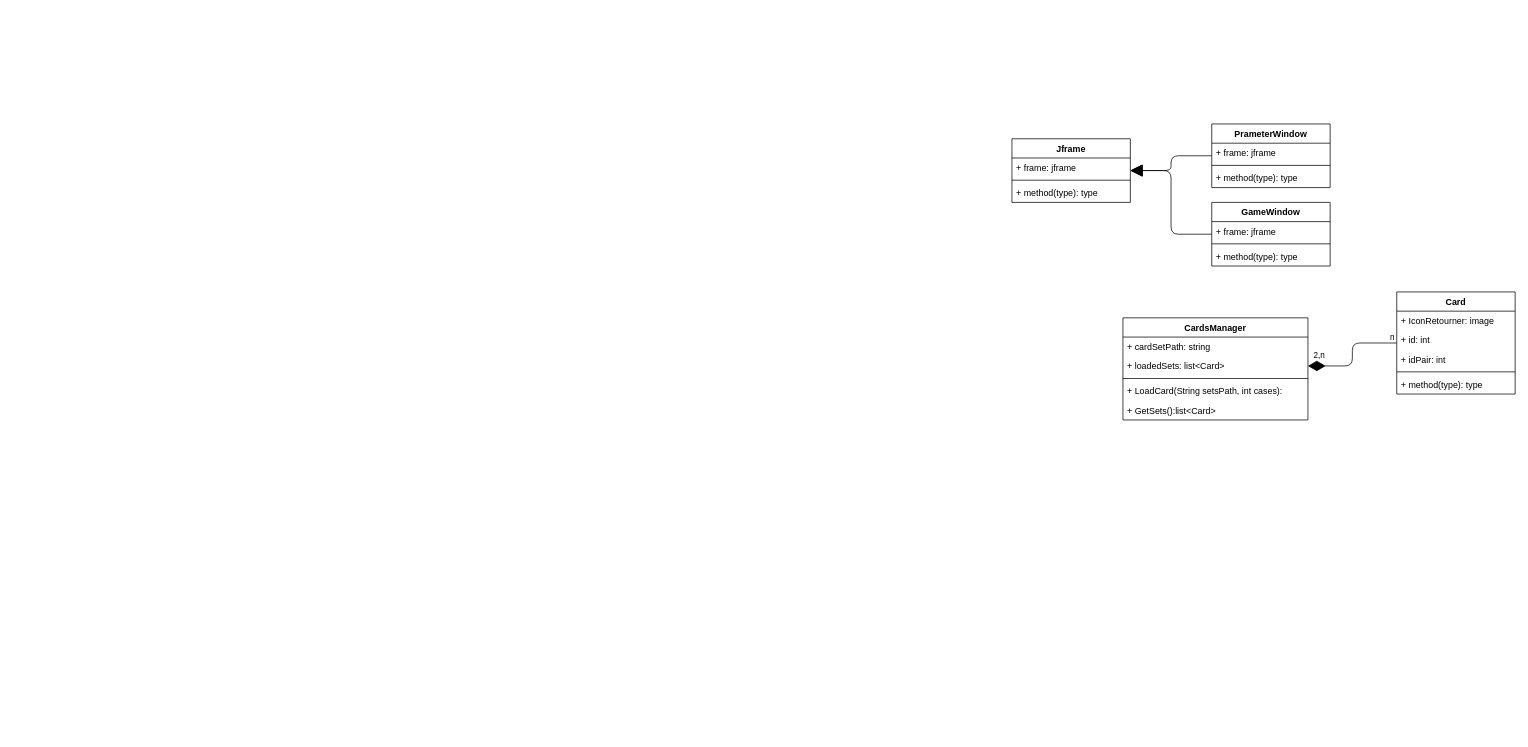
Above: Doc/UML/DiagrammeDeClass.drawio in FlorianSoler/Memory (draw.io), before the change. Source tidied: cells renumbered, new cells numbered last; positions are measured from the earlier drawing's top-left corner, leaving out a move shared by most shapes. Both pictures are drawn from the tidied source at 74%, with x=0, y=0 at pixel (1012, 124).
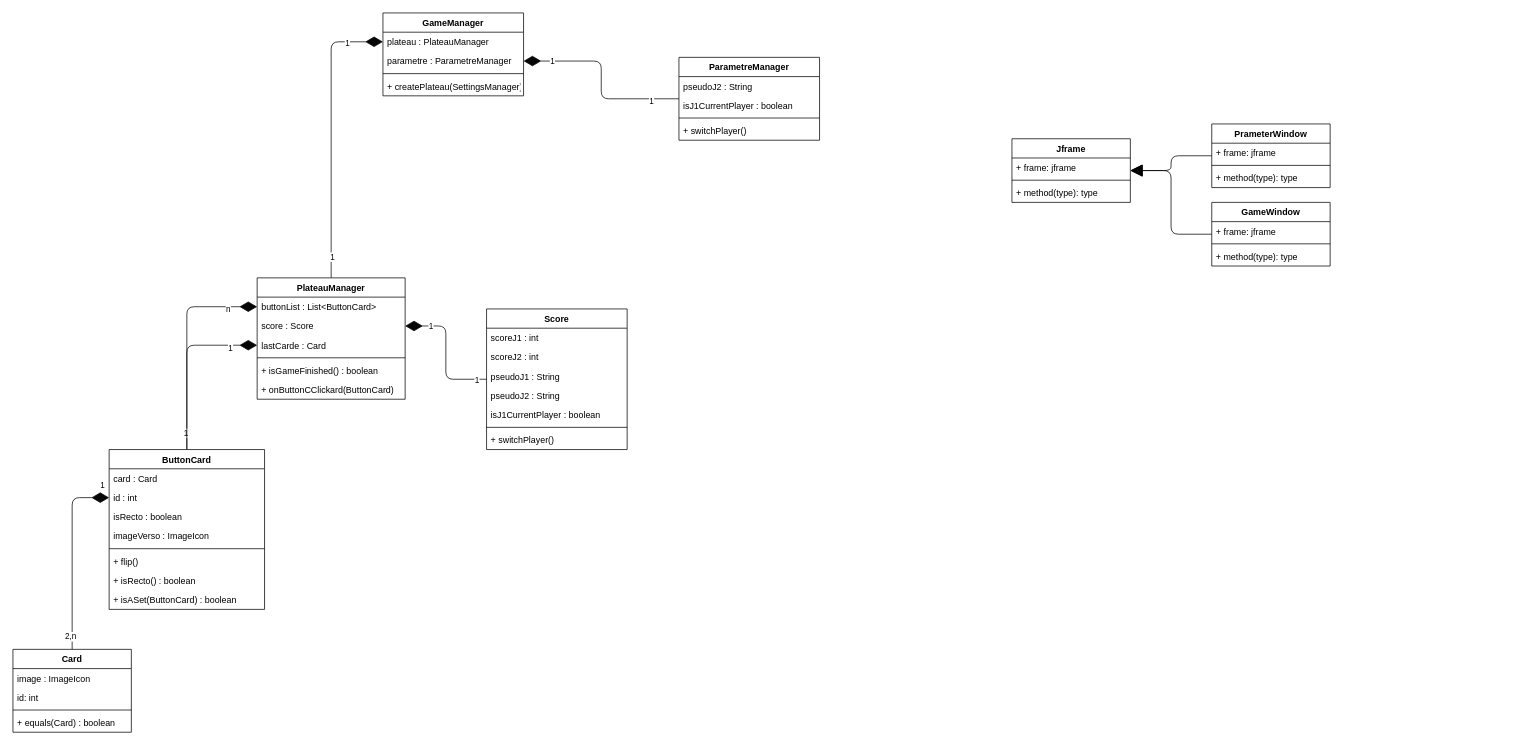
The same page after the edit.

Commit message:
feat(doc):diagrame class plateau pas graphique

The edit, as a diff of the source:
```diff
@@
-    <mxCell id="2" style="edgeStyle=orthogonalEdgeStyle;html=1;endArrow=diamondThin;endFill=1;endSize=21;startSize=11;jumpSize=7;strokeWidth=1;targetPerimeterSpacing=0;sourcePerimeterSpacing=0;" parent="1" edge="1" source="5" target="27">
+    <mxCell id="2" style="edgeStyle=orthogonalEdgeStyle;html=1;endArrow=diamondThin;endFill=1;endSize=21;startSize=11;jumpSize=7;strokeWidth=1;targetPerimeterSpacing=0;sourcePerimeterSpacing=0;strokeColor=#050505;exitX=0.5;exitY=0;exitDx=0;exitDy=0;" parent="1" edge="1" source="5" target="27">
       <mxGeometry relative="1" as="geometry" />
     </mxCell>
-    <mxCell id="3" value="2,n" style="edgeLabel;html=1;align=center;verticalAlign=middle;" parent="2" vertex="1">
+    <mxCell id="3" value="1" style="edgeLabel;html=1;align=center;verticalAlign=middle;" parent="2" vertex="1">
       <mxGeometry x="0.88" y="1" relative="1" as="geometry">
         <mxPoint x="5" y="-16" as="offset" />
       </mxGeometry>
     </mxCell>
-    <mxCell id="4" value="n" style="edgeLabel;html=1;align=center;verticalAlign=middle;" parent="2" vertex="1">
+    <mxCell id="4" value="2,n" style="edgeLabel;html=1;align=center;verticalAlign=middle;" parent="2" vertex="1">
       <mxGeometry x="-0.91" relative="1" as="geometry">
-        <mxPoint y="-9" as="offset" />
+        <mxPoint x="-3" y="-7" as="offset" />
       </mxGeometry>
     </mxCell>
     <mxCell id="5" value="Card" style="swimlane;fontStyle=1;align=center;verticalAlign=top;horizontal=1;startSize=26;" parent="1" vertex="1">
-      <mxGeometry x="520" y="227" width="160" height="138" as="geometry" />
+      <mxGeometry x="-1350" y="710" width="160" height="112" as="geometry" />
     </mxCell>
-    <mxCell id="6" value="+ IconRetourner: image " style="text;strokeColor=none;fillColor=none;align=left;verticalAlign=top;spacingLeft=4;spacingRight=4;overflow=hidden;" parent="5" vertex="1">
+    <mxCell id="6" value="image : ImageIcon " style="text;strokeColor=none;fillColor=none;align=left;verticalAlign=top;spacingLeft=4;spacingRight=4;overflow=hidden;" parent="5" vertex="1">
       <mxGeometry y="26" width="160" height="26" as="geometry" />
     </mxCell>
-    <mxCell id="7" value="+ id: int " style="text;strokeColor=none;fillColor=none;align=left;verticalAlign=top;spacingLeft=4;spacingRight=4;overflow=hidden;" parent="5" vertex="1">
+    <mxCell id="7" value="id: int " style="text;strokeColor=none;fillColor=none;align=left;verticalAlign=top;spacingLeft=4;spacingRight=4;overflow=hidden;" parent="5" vertex="1">
       <mxGeometry y="52" width="160" height="26" as="geometry" />
     </mxCell>
-    <mxCell id="8" value="+ idPair: int " style="text;strokeColor=none;fillColor=none;align=left;verticalAlign=top;spacingLeft=4;spacingRight=4;overflow=hidden;" parent="5" vertex="1">
-      <mxGeometry y="78" width="160" height="26" as="geometry" />
-    </mxCell>
     <mxCell id="9" style="line;strokeWidth=1;fillColor=none;align=left;verticalAlign=middle;spacingTop=-1;spacingLeft=3;spacingRight=3;labelPosition=right;strokeColor=inherit;" parent="5" vertex="1">
-      <mxGeometry y="104" width="160" height="8" as="geometry" />
+      <mxGeometry y="78" width="160" height="8" as="geometry" />
     </mxCell>
-    <mxCell id="10" value="+ method(type): type" style="text;strokeColor=none;fillColor=none;align=left;verticalAlign=top;spacingLeft=4;spacingRight=4;overflow=hidden;" parent="5" vertex="1">
-      <mxGeometry y="112" width="160" height="26" as="geometry" />
+    <mxCell id="10" value="+ equals(Card) : boolean" style="text;strokeColor=none;fillColor=none;align=left;verticalAlign=top;spacingLeft=4;spacingRight=4;overflow=hidden;" parent="5" vertex="1">
+      <mxGeometry y="86" width="160" height="26" as="geometry" />
     </mxCell>
@@
+    <mxCell id="31" style="edgeStyle=orthogonalEdgeStyle;html=1;entryX=0;entryY=0.5;entryDx=0;entryDy=0;strokeColor=#050505;endArrow=diamondThin;endFill=1;endSize=21;" parent="1" edge="1" source="25" target="43">
+      <mxGeometry relative="1" as="geometry" />
+    </mxCell>
+    <mxCell id="32" value="n" style="edgeLabel;html=1;align=center;verticalAlign=middle;" parent="31" vertex="1">
+      <mxGeometry x="0.61" y="2" relative="1" as="geometry">
+        <mxPoint x="16" y="5" as="offset" />
+      </mxGeometry>
+    </mxCell>
+    <mxCell id="33" value="1" style="edgeLabel;html=1;align=center;verticalAlign=middle;" parent="31" vertex="1">
+      <mxGeometry x="-0.84" y="2" relative="1" as="geometry" />
+    </mxCell>
+    <mxCell id="34" style="edgeStyle=orthogonalEdgeStyle;html=1;entryX=0;entryY=0.5;entryDx=0;entryDy=0;strokeColor=#050505;endArrow=diamondThin;endFill=1;endSize=21;" parent="1" edge="1" source="25" target="45">
+      <mxGeometry relative="1" as="geometry" />
+    </mxCell>
+    <mxCell id="35" value="1" style="edgeLabel;html=1;align=center;verticalAlign=middle;" parent="34" vertex="1">
+      <mxGeometry x="0.69" y="-3" relative="1" as="geometry" />
+    </mxCell>
-    <mxCell id="25" value="CardsManager" style="swimlane;fontStyle=1;align=center;verticalAlign=top;horizontal=1;startSize=26;" parent="1" vertex="1">
-      <mxGeometry x="150" y="262" width="250" height="138" as="geometry" />
+    <mxCell id="25" value="ButtonCard" style="swimlane;fontStyle=1;align=center;verticalAlign=top;horizontal=1;startSize=26;" parent="1" vertex="1">
+      <mxGeometry x="-1220" y="440" width="210" height="216" as="geometry" />
     </mxCell>
-    <mxCell id="26" value="+ cardSetPath: string " style="text;strokeColor=none;fillColor=none;align=left;verticalAlign=top;spacingLeft=4;spacingRight=4;overflow=hidden;" parent="25" vertex="1">
-      <mxGeometry y="26" width="250" height="26" as="geometry" />
+    <mxCell id="26" value="card : Card" style="text;strokeColor=none;fillColor=none;align=left;verticalAlign=top;spacingLeft=4;spacingRight=4;overflow=hidden;" parent="25" vertex="1">
+      <mxGeometry y="26" width="210" height="26" as="geometry" />
     </mxCell>
-    <mxCell id="27" value="+ loadedSets: list&lt;Card&gt;" style="text;strokeColor=none;fillColor=none;align=left;verticalAlign=top;spacingLeft=4;spacingRight=4;overflow=hidden;points=[[0,0.5],[1,0.5]];portConstraint=eastwest;" parent="25" vertex="1">
-      <mxGeometry y="52" width="250" height="26" as="geometry" />
+    <mxCell id="27" value="id : int" style="text;strokeColor=none;fillColor=none;align=left;verticalAlign=top;spacingLeft=4;spacingRight=4;overflow=hidden;points=[[0,0.5],[1,0.5]];portConstraint=eastwest;" parent="25" vertex="1">
+      <mxGeometry y="52" width="210" height="26" as="geometry" />
     </mxCell>
+    <mxCell id="36" value="isRecto : boolean" style="text;strokeColor=none;fillColor=none;align=left;verticalAlign=top;spacingLeft=4;spacingRight=4;overflow=hidden;" parent="25" vertex="1">
+      <mxGeometry y="78" width="210" height="26" as="geometry" />
+    </mxCell>
+    <mxCell id="37" value="imageVerso : ImageIcon" style="text;strokeColor=none;fillColor=none;align=left;verticalAlign=top;spacingLeft=4;spacingRight=4;overflow=hidden;" parent="25" vertex="1">
+      <mxGeometry y="104" width="210" height="26" as="geometry" />
+    </mxCell>
     <mxCell id="28" style="line;strokeWidth=1;fillColor=none;align=left;verticalAlign=middle;spacingTop=-1;spacingLeft=3;spacingRight=3;labelPosition=right;strokeColor=inherit;" parent="25" vertex="1">
-      <mxGeometry y="78" width="250" height="8" as="geometry" />
+      <mxGeometry y="130" width="210" height="8" as="geometry" />
     </mxCell>
-    <mxCell id="29" value="+ LoadCard(String setsPath, int cases):" style="text;strokeColor=none;fillColor=none;align=left;verticalAlign=top;spacingLeft=4;spacingRight=4;overflow=hidden;" parent="25" vertex="1">
-      <mxGeometry y="86" width="250" height="26" as="geometry" />
+    <mxCell id="29" value="+ flip()" style="text;strokeColor=none;fillColor=none;align=left;verticalAlign=top;spacingLeft=4;spacingRight=4;overflow=hidden;" parent="25" vertex="1">
+      <mxGeometry y="138" width="210" height="26" as="geometry" />
     </mxCell>
-    <mxCell id="30" value="+ GetSets():list&lt;Card&gt;" style="text;strokeColor=none;fillColor=none;align=left;verticalAlign=top;spacingLeft=4;spacingRight=4;overflow=hidden;" parent="25" vertex="1">
-      <mxGeometry y="112" width="250" height="26" as="geometry" />
+    <mxCell id="30" value="+ isRecto() : boolean" style="text;strokeColor=none;fillColor=none;align=left;verticalAlign=top;spacingLeft=4;spacingRight=4;overflow=hidden;" parent="25" vertex="1">
+      <mxGeometry y="164" width="210" height="26" as="geometry" />
     </mxCell>
+    <mxCell id="38" value="+ isASet(ButtonCard) : boolean" style="text;strokeColor=none;fillColor=none;align=left;verticalAlign=top;spacingLeft=4;spacingRight=4;overflow=hidden;" parent="25" vertex="1">
+      <mxGeometry y="190" width="210" height="26" as="geometry" />
+    </mxCell>
+    <mxCell id="39" style="edgeStyle=orthogonalEdgeStyle;html=1;entryX=0;entryY=0.5;entryDx=0;entryDy=0;strokeColor=#050505;endArrow=diamondThin;endFill=1;endSize=21;" parent="1" edge="1" source="42" target="61">
+      <mxGeometry relative="1" as="geometry" />
+    </mxCell>
+    <mxCell id="40" value="1" style="edgeLabel;html=1;align=center;verticalAlign=middle;" parent="39" vertex="1">
+      <mxGeometry x="-0.85" y="-1" relative="1" as="geometry" />
+    </mxCell>
+    <mxCell id="41" value="1" style="edgeLabel;html=1;align=center;verticalAlign=middle;" parent="39" vertex="1">
+      <mxGeometry x="0.75" y="-1" relative="1" as="geometry" />
+    </mxCell>
+    <mxCell id="42" value="PlateauManager" style="swimlane;fontStyle=1;align=center;verticalAlign=top;horizontal=1;startSize=26;" parent="1" vertex="1">
+      <mxGeometry x="-1020" y="208" width="200" height="164" as="geometry" />
+    </mxCell>
+    <mxCell id="43" value="buttonList : List&lt;ButtonCard&gt;" style="text;strokeColor=none;fillColor=none;align=left;verticalAlign=top;spacingLeft=4;spacingRight=4;overflow=hidden;points=[[0,0.5],[1,0.5]];portConstraint=eastwest;" parent="42" vertex="1">
+      <mxGeometry y="26" width="200" height="26" as="geometry" />
+    </mxCell>
+    <mxCell id="44" value="score : Score" style="text;strokeColor=none;fillColor=none;align=left;verticalAlign=top;spacingLeft=4;spacingRight=4;overflow=hidden;points=[[0,0.5],[1,0.5]];portConstraint=eastwest;" parent="42" vertex="1">
+      <mxGeometry y="52" width="200" height="26" as="geometry" />
+    </mxCell>
+    <mxCell id="45" value="lastCarde : Card" style="text;strokeColor=none;fillColor=none;align=left;verticalAlign=top;spacingLeft=4;spacingRight=4;overflow=hidden;points=[[0,0.5],[1,0.5]];portConstraint=eastwest;" parent="42" vertex="1">
+      <mxGeometry y="78" width="200" height="26" as="geometry" />
+    </mxCell>
+    <mxCell id="46" style="line;strokeWidth=1;fillColor=none;align=left;verticalAlign=middle;spacingTop=-1;spacingLeft=3;spacingRight=3;labelPosition=right;strokeColor=inherit;" parent="42" vertex="1">
+      <mxGeometry y="104" width="200" height="8" as="geometry" />
+    </mxCell>
+    <mxCell id="47" value="+ isGameFinished() : boolean" style="text;strokeColor=none;fillColor=none;align=left;verticalAlign=top;spacingLeft=4;spacingRight=4;overflow=hidden;" parent="42" vertex="1">
+      <mxGeometry y="112" width="200" height="26" as="geometry" />
+    </mxCell>
+    <mxCell id="48" value="+ onButtonCClickard(ButtonCard) " style="text;strokeColor=none;fillColor=none;align=left;verticalAlign=top;spacingLeft=4;spacingRight=4;overflow=hidden;" parent="42" vertex="1">
+      <mxGeometry y="138" width="200" height="26" as="geometry" />
+    </mxCell>
+    <mxCell id="49" style="edgeStyle=orthogonalEdgeStyle;html=1;strokeColor=#050505;endArrow=diamondThin;endFill=1;entryX=1;entryY=0.5;entryDx=0;entryDy=0;endSize=21;" parent="1" edge="1" source="52" target="44">
+      <mxGeometry relative="1" as="geometry" />
+    </mxCell>
+    <mxCell id="50" value="1" style="edgeLabel;html=1;align=center;verticalAlign=middle;" parent="49" vertex="1">
+      <mxGeometry x="0.63" relative="1" as="geometry" />
+    </mxCell>
+    <mxCell id="51" value="1" style="edgeLabel;html=1;align=center;verticalAlign=middle;" parent="49" vertex="1">
+      <mxGeometry x="-0.85" y="1" relative="1" as="geometry" />
+    </mxCell>
+    <mxCell id="52" value="Score" style="swimlane;fontStyle=1;align=center;verticalAlign=top;horizontal=1;startSize=26;" parent="1" vertex="1">
+      <mxGeometry x="-710" y="250" width="190" height="190" as="geometry" />
+    </mxCell>
+    <mxCell id="53" value="scoreJ1 : int" style="text;strokeColor=none;fillColor=none;align=left;verticalAlign=top;spacingLeft=4;spacingRight=4;overflow=hidden;" parent="52" vertex="1">
+      <mxGeometry y="26" width="190" height="26" as="geometry" />
+    </mxCell>
+    <mxCell id="54" value="scoreJ2 : int" style="text;strokeColor=none;fillColor=none;align=left;verticalAlign=top;spacingLeft=4;spacingRight=4;overflow=hidden;" parent="52" vertex="1">
+      <mxGeometry y="52" width="190" height="26" as="geometry" />
+    </mxCell>
+    <mxCell id="55" value="pseudoJ1 : String" style="text;strokeColor=none;fillColor=none;align=left;verticalAlign=top;spacingLeft=4;spacingRight=4;overflow=hidden;" parent="52" vertex="1">
+      <mxGeometry y="78" width="190" height="26" as="geometry" />
+    </mxCell>
+    <mxCell id="56" value="pseudoJ2 : String" style="text;strokeColor=none;fillColor=none;align=left;verticalAlign=top;spacingLeft=4;spacingRight=4;overflow=hidden;" parent="52" vertex="1">
+      <mxGeometry y="104" width="190" height="26" as="geometry" />
+    </mxCell>
+    <mxCell id="57" value="isJ1CurrentPlayer : boolean" style="text;strokeColor=none;fillColor=none;align=left;verticalAlign=top;spacingLeft=4;spacingRight=4;overflow=hidden;" parent="52" vertex="1">
+      <mxGeometry y="130" width="190" height="26" as="geometry" />
+    </mxCell>
+    <mxCell id="58" style="line;strokeWidth=1;fillColor=none;align=left;verticalAlign=middle;spacingTop=-1;spacingLeft=3;spacingRight=3;labelPosition=right;strokeColor=inherit;" parent="52" vertex="1">
+      <mxGeometry y="156" width="190" height="8" as="geometry" />
+    </mxCell>
+    <mxCell id="59" value="+ switchPlayer() " style="text;strokeColor=none;fillColor=none;align=left;verticalAlign=top;spacingLeft=4;spacingRight=4;overflow=hidden;" parent="52" vertex="1">
+      <mxGeometry y="164" width="190" height="26" as="geometry" />
+    </mxCell>
+    <mxCell id="60" value="GameManager" style="swimlane;fontStyle=1;align=center;verticalAlign=top;horizontal=1;startSize=26;" parent="1" vertex="1">
+      <mxGeometry x="-850" y="-150" width="190" height="112" as="geometry" />
+    </mxCell>
+    <mxCell id="61" value="plateau : PlateauManager" style="text;strokeColor=none;fillColor=none;align=left;verticalAlign=top;spacingLeft=4;spacingRight=4;overflow=hidden;points=[[0,0.5],[1,0.5]];portConstraint=eastwest;" parent="60" vertex="1">
+      <mxGeometry y="26" width="190" height="26" as="geometry" />
+    </mxCell>
+    <mxCell id="62" value="parametre : ParametreManager" style="text;strokeColor=none;fillColor=none;align=left;verticalAlign=top;spacingLeft=4;spacingRight=4;overflow=hidden;points=[[0,0.5],[1,0.5]];portConstraint=eastwest;" parent="60" vertex="1">
+      <mxGeometry y="52" width="190" height="26" as="geometry" />
+    </mxCell>
+    <mxCell id="63" style="line;strokeWidth=1;fillColor=none;align=left;verticalAlign=middle;spacingTop=-1;spacingLeft=3;spacingRight=3;labelPosition=right;strokeColor=inherit;" parent="60" vertex="1">
+      <mxGeometry y="78" width="190" height="8" as="geometry" />
+    </mxCell>
+    <mxCell id="64" value="+ createPlateau(SettingsManager) " style="text;strokeColor=none;fillColor=none;align=left;verticalAlign=top;spacingLeft=4;spacingRight=4;overflow=hidden;" parent="60" vertex="1">
+      <mxGeometry y="86" width="190" height="26" as="geometry" />
+    </mxCell>
+    <mxCell id="65" style="edgeStyle=orthogonalEdgeStyle;html=1;entryX=1;entryY=0.5;entryDx=0;entryDy=0;strokeColor=#050505;endArrow=diamondThin;endFill=1;endSize=21;" parent="1" edge="1" source="68" target="62">
+      <mxGeometry relative="1" as="geometry" />
+    </mxCell>
+    <mxCell id="66" value="1" style="edgeLabel;html=1;align=center;verticalAlign=middle;" parent="65" vertex="1">
+      <mxGeometry x="0.71" y="-1" relative="1" as="geometry" />
+    </mxCell>
+    <mxCell id="67" value="1" style="edgeLabel;html=1;align=center;verticalAlign=middle;" parent="65" vertex="1">
+      <mxGeometry x="-0.71" y="2" relative="1" as="geometry" />
+    </mxCell>
+    <mxCell id="68" value="ParametreManager" style="swimlane;fontStyle=1;align=center;verticalAlign=top;horizontal=1;startSize=26;" parent="1" vertex="1">
+      <mxGeometry x="-450" y="-90" width="190" height="112" as="geometry" />
+    </mxCell>
+    <mxCell id="69" value="pseudoJ2 : String" style="text;strokeColor=none;fillColor=none;align=left;verticalAlign=top;spacingLeft=4;spacingRight=4;overflow=hidden;" parent="68" vertex="1">
+      <mxGeometry y="26" width="190" height="26" as="geometry" />
+    </mxCell>
+    <mxCell id="70" value="isJ1CurrentPlayer : boolean" style="text;strokeColor=none;fillColor=none;align=left;verticalAlign=top;spacingLeft=4;spacingRight=4;overflow=hidden;" parent="68" vertex="1">
+      <mxGeometry y="52" width="190" height="26" as="geometry" />
+    </mxCell>
+    <mxCell id="71" style="line;strokeWidth=1;fillColor=none;align=left;verticalAlign=middle;spacingTop=-1;spacingLeft=3;spacingRight=3;labelPosition=right;strokeColor=inherit;" parent="68" vertex="1">
+      <mxGeometry y="78" width="190" height="8" as="geometry" />
+    </mxCell>
+    <mxCell id="72" value="+ switchPlayer() " style="text;strokeColor=none;fillColor=none;align=left;verticalAlign=top;spacingLeft=4;spacingRight=4;overflow=hidden;" parent="68" vertex="1">
+      <mxGeometry y="86" width="190" height="26" as="geometry" />
+    </mxCell>
```
